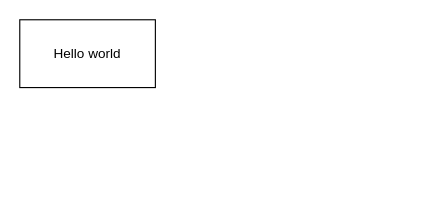
somospragma/alejandria-dev-storage keeps this draw.io diagram as introduccion.drawio. Above is the earlier version. Source tidied: cells renumbered, new cells numbered last; positions are measured from the earlier drawing's top-left corner, leaving out a move shared by most shapes. Both pictures are drawn from the tidied source at 113%, with x=0, y=0 at pixel (19, 19).
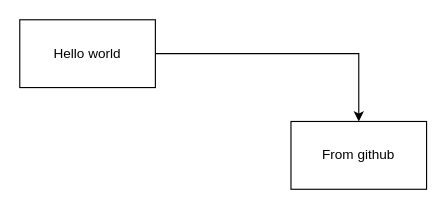
The same page after the edit.

Change to the diagram source:
```diff
@@
 <mxGraphModel>
   <root>
     <mxCell id="0" />
     <mxCell id="1" parent="0" />
+    <mxCell id="3" style="edgeStyle=orthogonalEdgeStyle;rounded=0;jettySize=auto;html=1;" parent="1" edge="1" source="2" target="4">
+      <mxGeometry relative="1" as="geometry" />
+    </mxCell>
     <mxCell id="2" value="Hello world" style="rounded=0;whiteSpace=wrap;html=1;" parent="1" vertex="1">
       <mxGeometry width="120" height="60" as="geometry" />
     </mxCell>
+    <mxCell id="4" value="From github" style="rounded=0;whiteSpace=wrap;html=1;" parent="1" vertex="1">
+      <mxGeometry x="240" y="90" width="120" height="60" as="geometry" />
+    </mxCell>
   </root>
 </mxGraphModel>
```
